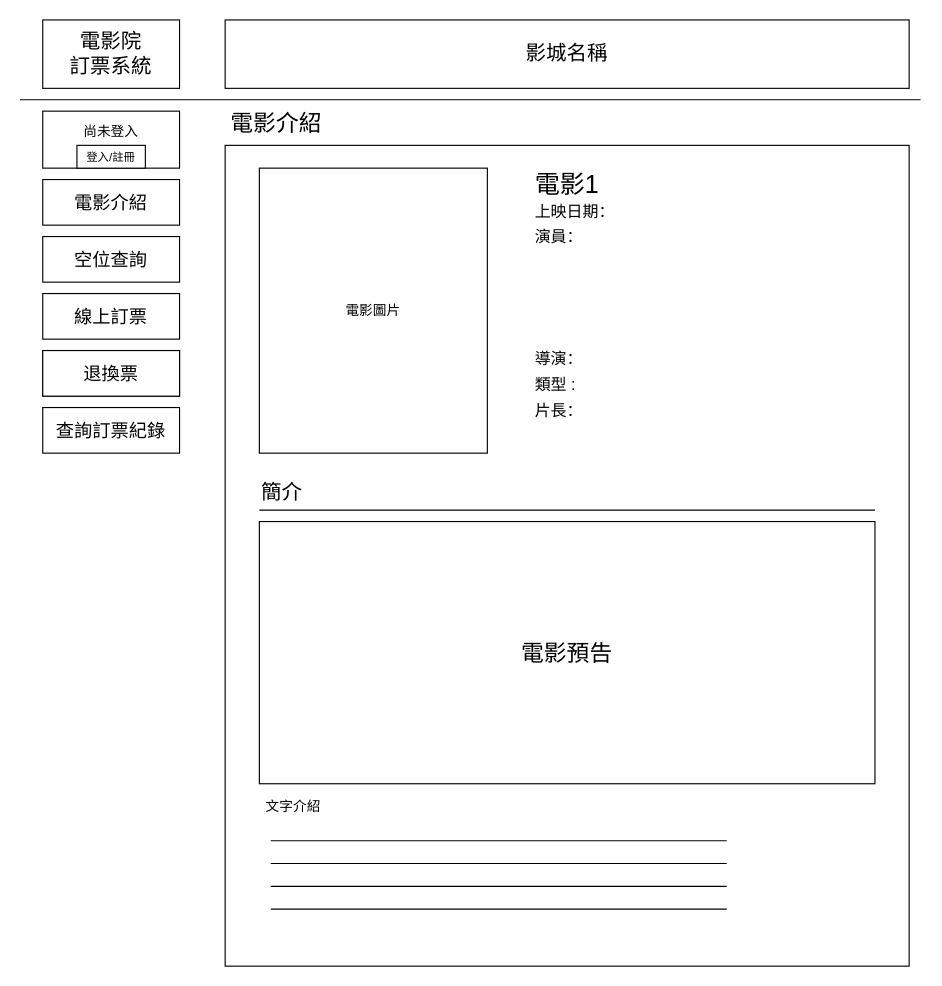
This is UI/原檔/電影介紹.drawio from TYChicode/deepbowl, a draw.io file, before an edit. Source tidied: cells renumbered, new cells numbered last; positions are measured from the earlier drawing's top-left corner, leaving out a move shared by most shapes. Both pictures are drawn from the tidied source at 114%, with x=0, y=0 at pixel (19, 19).
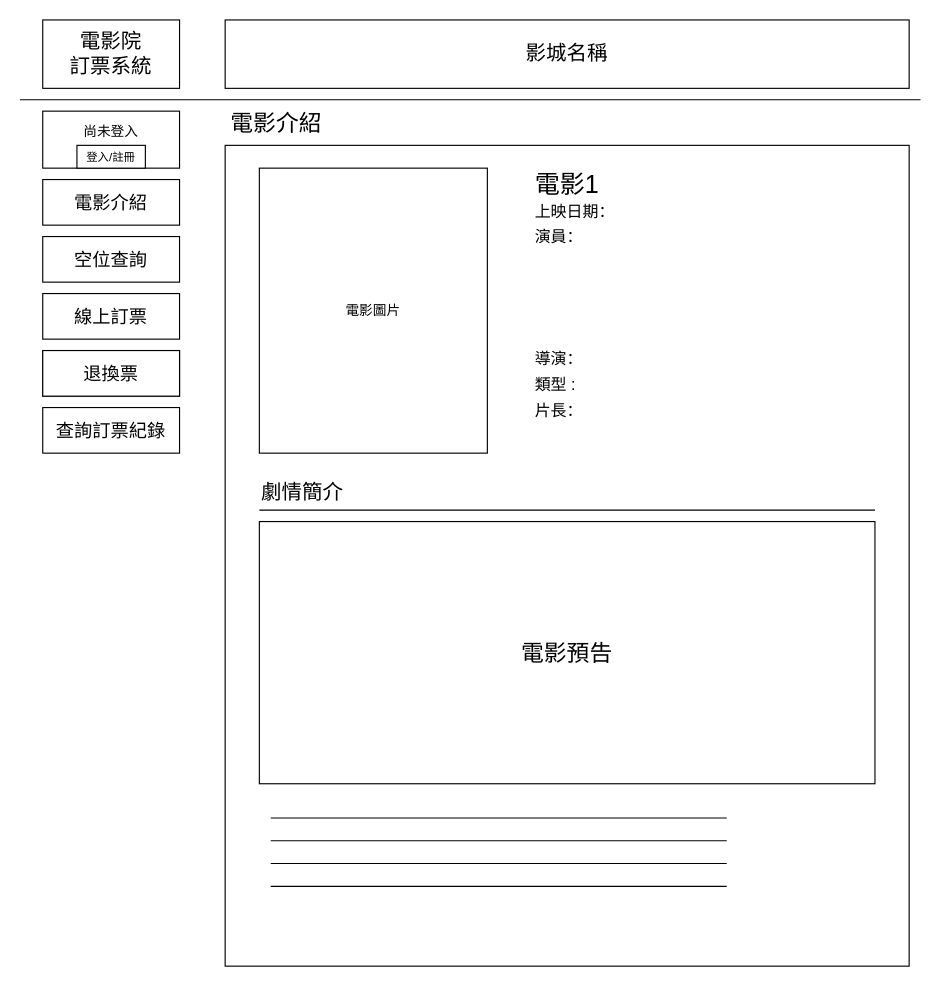
Above is the later version.

Diff of the diagram source:
```diff
@@
-    <mxCell id="18" value="&lt;font style=&quot;font-size: 18px&quot;&gt;簡介&lt;/font&gt;" style="rounded=0;whiteSpace=wrap;html=1;strokeColor=none;align=left;" parent="1" vertex="1">
+    <mxCell id="18" value="&lt;font style=&quot;font-size: 18px&quot;&gt;劇情簡介&lt;/font&gt;" style="rounded=0;whiteSpace=wrap;html=1;strokeColor=none;align=left;" parent="1" vertex="1">
       <mxGeometry x="210" y="400" width="280" height="30" as="geometry" />
     </mxCell>
@@
-    <mxCell id="21" value="文字介紹" style="text;html=1;strokeColor=none;fillColor=none;align=center;verticalAlign=middle;whiteSpace=wrap;rounded=0;" parent="1" vertex="1">
-      <mxGeometry x="210" y="680" width="60" height="20" as="geometry" />
-    </mxCell>
@@
     <mxCell id="25" style="endArrow=none;html=1;" parent="1" edge="1">
       <mxGeometry relative="1" as="geometry">
-        <mxPoint x="220" y="780" as="sourcePoint" />
-        <mxPoint x="620" y="780" as="targetPoint" />
+        <mxPoint x="220" y="700" as="sourcePoint" />
+        <mxPoint x="620" y="700" as="targetPoint" />
       </mxGeometry>
     </mxCell>
```
